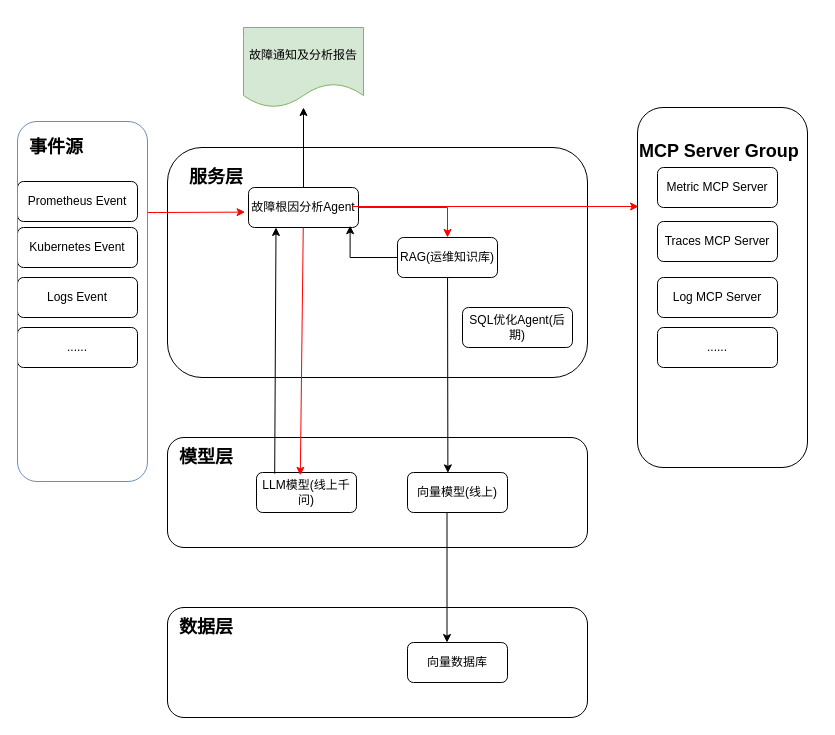
This is docs/整体架构.drawio from songyanping/aiops-insight, a draw.io file, before an edit. Source tidied: cells renumbered, new cells numbered last; positions are measured from the earlier drawing's top-left corner, leaving out a move shared by most shapes. Both pictures are drawn from the tidied source at 100%, with x=0, y=0 at pixel (17, 27).
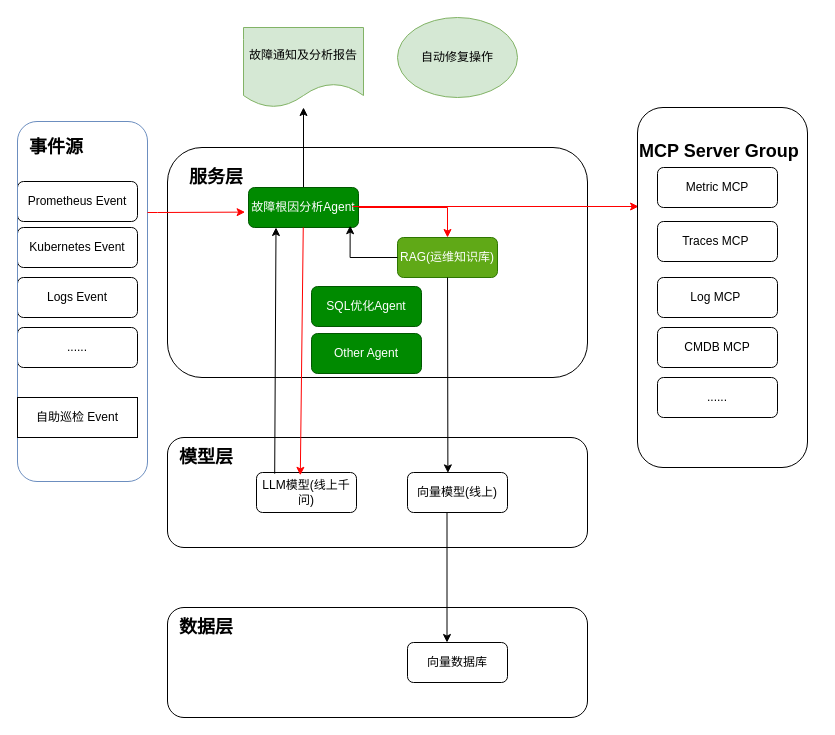
The same page after the edit.

What changed in the source:
```diff
@@
-    <mxCell id="3" value="Metric MCP Server" style="rounded=1;whiteSpace=wrap;html=1;fontSize=12;glass=0;strokeWidth=1;shadow=0;" parent="1" vertex="1">
+    <mxCell id="3" value="Metric MCP" style="rounded=1;whiteSpace=wrap;html=1;fontSize=12;glass=0;strokeWidth=1;shadow=0;" parent="1" vertex="1">
       <mxGeometry x="640" y="140" width="120" height="40" as="geometry" />
     </mxCell>
-    <mxCell id="4" value="Traces MCP Server" style="rounded=1;whiteSpace=wrap;html=1;fontSize=12;glass=0;strokeWidth=1;shadow=0;" parent="1" vertex="1">
+    <mxCell id="4" value="Traces MCP&amp;nbsp;" style="rounded=1;whiteSpace=wrap;html=1;fontSize=12;glass=0;strokeWidth=1;shadow=0;" parent="1" vertex="1">
       <mxGeometry x="640" y="194" width="120" height="40" as="geometry" />
     </mxCell>
-    <mxCell id="5" value="Log MCP Server" style="rounded=1;whiteSpace=wrap;html=1;fontSize=12;glass=0;strokeWidth=1;shadow=0;" parent="1" vertex="1">
+    <mxCell id="5" value="Log MCP&amp;nbsp;" style="rounded=1;whiteSpace=wrap;html=1;fontSize=12;glass=0;strokeWidth=1;shadow=0;" parent="1" vertex="1">
       <mxGeometry x="640" y="250" width="120" height="40" as="geometry" />
     </mxCell>
@@
-    <mxCell id="19" value="故障根因分析Agent" style="rounded=1;whiteSpace=wrap;html=1;fontSize=12;glass=0;strokeWidth=1;shadow=0;" parent="1" vertex="1">
+    <mxCell id="19" value="故障根因分析Agent" style="rounded=1;whiteSpace=wrap;html=1;fontSize=12;glass=0;strokeWidth=1;shadow=0;fillColor=#008a00;fontColor=#ffffff;strokeColor=#005700;" parent="1" vertex="1">
       <mxGeometry x="231" y="160" width="110" height="40" as="geometry" />
     </mxCell>
@@
-    <mxCell id="21" value="RAG(运维知识库)" style="rounded=1;whiteSpace=wrap;html=1;fontSize=12;glass=0;strokeWidth=1;shadow=0;" parent="1" vertex="1">
+    <mxCell id="21" value="RAG(运维知识库)" style="rounded=1;whiteSpace=wrap;html=1;fontSize=12;glass=0;strokeWidth=1;shadow=0;fillColor=#60a917;fontColor=#ffffff;strokeColor=#2D7600;" parent="1" vertex="1">
       <mxGeometry x="380" y="210" width="100" height="40" as="geometry" />
     </mxCell>
@@
-    <mxCell id="30" value="......" style="rounded=1;whiteSpace=wrap;html=1;fontSize=12;glass=0;strokeWidth=1;shadow=0;" parent="1" vertex="1">
+    <mxCell id="30" value="CMDB MCP" style="rounded=1;whiteSpace=wrap;html=1;fontSize=12;glass=0;strokeWidth=1;shadow=0;" parent="1" vertex="1">
       <mxGeometry x="640" y="300" width="120" height="40" as="geometry" />
     </mxCell>
@@
-    <mxCell id="36" value="SQL优化Agent(后期)" style="rounded=1;whiteSpace=wrap;html=1;fontSize=12;glass=0;strokeWidth=1;shadow=0;" parent="1" vertex="1">
-      <mxGeometry x="445" y="280" width="110" height="40" as="geometry" />
+    <mxCell id="36" value="SQL优化Agent" style="rounded=1;whiteSpace=wrap;html=1;fontSize=12;glass=0;strokeWidth=1;shadow=0;fillColor=#008a00;fontColor=#ffffff;strokeColor=#005700;" parent="1" vertex="1">
+      <mxGeometry x="294" y="259" width="110" height="40" as="geometry" />
     </mxCell>
+    <mxCell id="37" value="自助巡检 Event" style="rounded=0;whiteSpace=wrap;html=1;" parent="1" vertex="1">
+      <mxGeometry y="370" width="120" height="40" as="geometry" />
+    </mxCell>
+    <mxCell id="38" value="自动修复操作" style="ellipse;whiteSpace=wrap;html=1;fillColor=#d5e8d4;strokeColor=#82b366;" parent="1" vertex="1">
+      <mxGeometry x="380" y="-10" width="120" height="80" as="geometry" />
+    </mxCell>
+    <mxCell id="39" value="Other Agent" style="rounded=1;whiteSpace=wrap;html=1;fontSize=12;glass=0;strokeWidth=1;shadow=0;fillColor=#008a00;fontColor=#ffffff;strokeColor=#005700;" parent="1" vertex="1">
+      <mxGeometry x="294" y="306" width="110" height="40" as="geometry" />
+    </mxCell>
+    <mxCell id="40" value="......" style="rounded=1;whiteSpace=wrap;html=1;fontSize=12;glass=0;strokeWidth=1;shadow=0;" parent="1" vertex="1">
+      <mxGeometry x="640" y="350" width="120" height="40" as="geometry" />
+    </mxCell>
```
